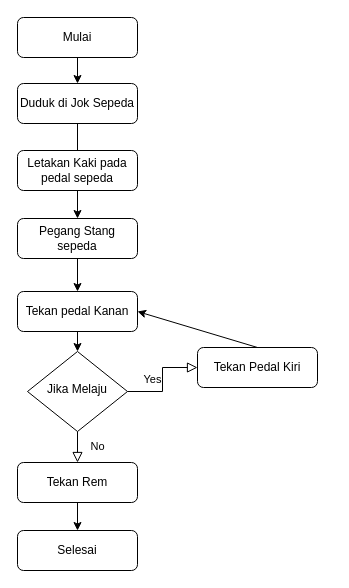
Before: Untitled Diagram.drawio in aaakbaaar/Muhamad-Akbar-Triadi-Fadillah, a draw.io diagram. Source tidied: cells renumbered, new cells numbered last; positions are measured from the earlier drawing's top-left corner, leaving out a move shared by most shapes. Both pictures are drawn from the tidied source at 100%, with x=0, y=0 at pixel (17, 17).
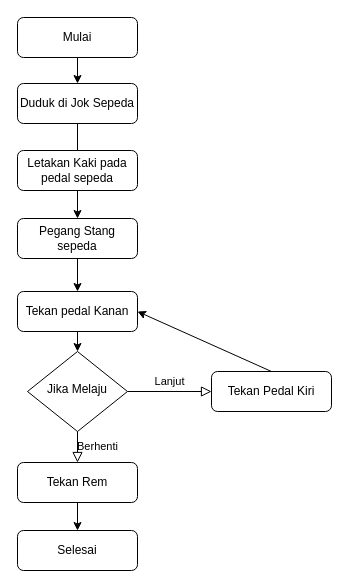
The same page after the edit.

The edit, as a diff of the source:
```diff
@@
 <mxGraphModel>
   <root>
     <mxCell id="0" />
     <mxCell id="1" parent="0" />
     <mxCell id="2" style="edgeStyle=orthogonalEdgeStyle;rounded=0;jettySize=auto;html=1;" parent="1" edge="1" source="3" target="14">
       <mxGeometry relative="1" as="geometry" />
     </mxCell>
     <mxCell id="3" value="Duduk di Jok Sepeda" style="rounded=1;whiteSpace=wrap;html=1;fontSize=12;glass=0;strokeWidth=1;shadow=0;" parent="1" vertex="1">
       <mxGeometry y="66" width="120" height="40" as="geometry" />
     </mxCell>
     <mxCell id="4" value="Jika Melaju" style="rhombus;whiteSpace=wrap;html=1;shadow=0;fontFamily=Helvetica;fontSize=12;align=center;strokeWidth=1;spacing=6;spacingTop=-4;" parent="1" vertex="1">
       <mxGeometry x="10" y="334" width="100" height="80" as="geometry" />
     </mxCell>
-    <mxCell id="5" value="No" style="rounded=0;html=1;jettySize=auto;fontSize=11;endArrow=block;endFill=0;endSize=8;strokeWidth=1;shadow=0;labelBackgroundColor=none;edgeStyle=orthogonalEdgeStyle;" parent="1" edge="1" source="4" target="8">
+    <mxCell id="5" value="&lt;div&gt;Berhenti&lt;/div&gt;" style="rounded=0;html=1;jettySize=auto;fontSize=11;endArrow=block;endFill=0;endSize=8;strokeWidth=1;shadow=0;labelBackgroundColor=none;edgeStyle=orthogonalEdgeStyle;" parent="1" edge="1" source="4" target="8">
       <mxGeometry x="0.33" y="20" relative="1" as="geometry" />
     </mxCell>
-    <mxCell id="6" value="Yes" style="edgeStyle=orthogonalEdgeStyle;rounded=0;html=1;jettySize=auto;fontSize=11;endArrow=block;endFill=0;endSize=8;strokeWidth=1;shadow=0;labelBackgroundColor=none;exitX=1;exitY=0.5;exitDx=0;exitDy=0;" parent="1" edge="1" source="4" target="9">
+    <mxCell id="6" value="&lt;div&gt;Lanjut&lt;/div&gt;" style="edgeStyle=orthogonalEdgeStyle;rounded=0;html=1;jettySize=auto;fontSize=11;endArrow=block;endFill=0;endSize=8;strokeWidth=1;shadow=0;labelBackgroundColor=none;exitX=1;exitY=0.5;exitDx=0;exitDy=0;" parent="1" edge="1" source="4" target="9">
       <mxGeometry y="10" relative="1" as="geometry" />
     </mxCell>
     <mxCell id="7" style="edgeStyle=orthogonalEdgeStyle;rounded=0;jettySize=auto;html=1;" parent="1" edge="1" source="8" target="17">
       <mxGeometry relative="1" as="geometry" />
     </mxCell>
     <mxCell id="8" value="Tekan Rem" style="rounded=1;whiteSpace=wrap;html=1;fontSize=12;glass=0;strokeWidth=1;shadow=0;" parent="1" vertex="1">
       <mxGeometry y="445" width="120" height="40" as="geometry" />
     </mxCell>
     <mxCell id="9" value="Tekan Pedal Kiri" style="rounded=1;whiteSpace=wrap;html=1;fontSize=12;glass=0;strokeWidth=1;shadow=0;" parent="1" vertex="1">
-      <mxGeometry x="180" y="330" width="120" height="40" as="geometry" />
+      <mxGeometry x="194" y="354" width="120" height="40" as="geometry" />
     </mxCell>
     <mxCell id="10" style="edgeStyle=orthogonalEdgeStyle;rounded=0;jettySize=auto;html=1;exitX=0.5;exitY=1;exitDx=0;exitDy=0;entryX=0.5;entryY=0;entryDx=0;entryDy=0;" parent="1" edge="1" source="11" target="3">
       <mxGeometry relative="1" as="geometry" />
     </mxCell>
     <mxCell id="11" value="Mulai" style="rounded=1;whiteSpace=wrap;html=1;fontSize=12;glass=0;strokeWidth=1;shadow=0;" parent="1" vertex="1">
       <mxGeometry width="120" height="40" as="geometry" />
     </mxCell>
     <mxCell id="12" value="Letakan Kaki pada pedal sepeda" style="rounded=1;whiteSpace=wrap;html=1;fontSize=12;glass=0;strokeWidth=1;shadow=0;" parent="1" vertex="1">
       <mxGeometry y="133" width="120" height="40" as="geometry" />
     </mxCell>
     <mxCell id="13" style="edgeStyle=orthogonalEdgeStyle;rounded=0;jettySize=auto;html=1;" parent="1" edge="1" source="14" target="16">
       <mxGeometry relative="1" as="geometry" />
     </mxCell>
     <mxCell id="14" value="Pegang Stang sepeda" style="rounded=1;whiteSpace=wrap;html=1;fontSize=12;glass=0;strokeWidth=1;shadow=0;" parent="1" vertex="1">
       <mxGeometry y="201" width="120" height="40" as="geometry" />
     </mxCell>
     <mxCell id="15" style="edgeStyle=orthogonalEdgeStyle;rounded=0;jettySize=auto;html=1;exitX=0.5;exitY=1;exitDx=0;exitDy=0;entryX=0.5;entryY=0;entryDx=0;entryDy=0;" parent="1" edge="1" source="16" target="4">
       <mxGeometry relative="1" as="geometry" />
     </mxCell>
     <mxCell id="16" value="Tekan pedal Kanan" style="rounded=1;whiteSpace=wrap;html=1;fontSize=12;glass=0;strokeWidth=1;shadow=0;" parent="1" vertex="1">
       <mxGeometry y="274" width="120" height="40" as="geometry" />
     </mxCell>
     <mxCell id="17" value="Selesai" style="rounded=1;whiteSpace=wrap;html=1;fontSize=12;glass=0;strokeWidth=1;shadow=0;" parent="1" vertex="1">
       <mxGeometry y="513" width="120" height="40" as="geometry" />
     </mxCell>
     <mxCell id="18" style="endArrow=classic;html=1;rounded=0;entryX=1;entryY=0.5;entryDx=0;entryDy=0;exitX=0.5;exitY=0;exitDx=0;exitDy=0;" parent="1" edge="1" source="9" target="16">
       <mxGeometry relative="1" as="geometry" />
     </mxCell>
   </root>
 </mxGraphModel>
```
